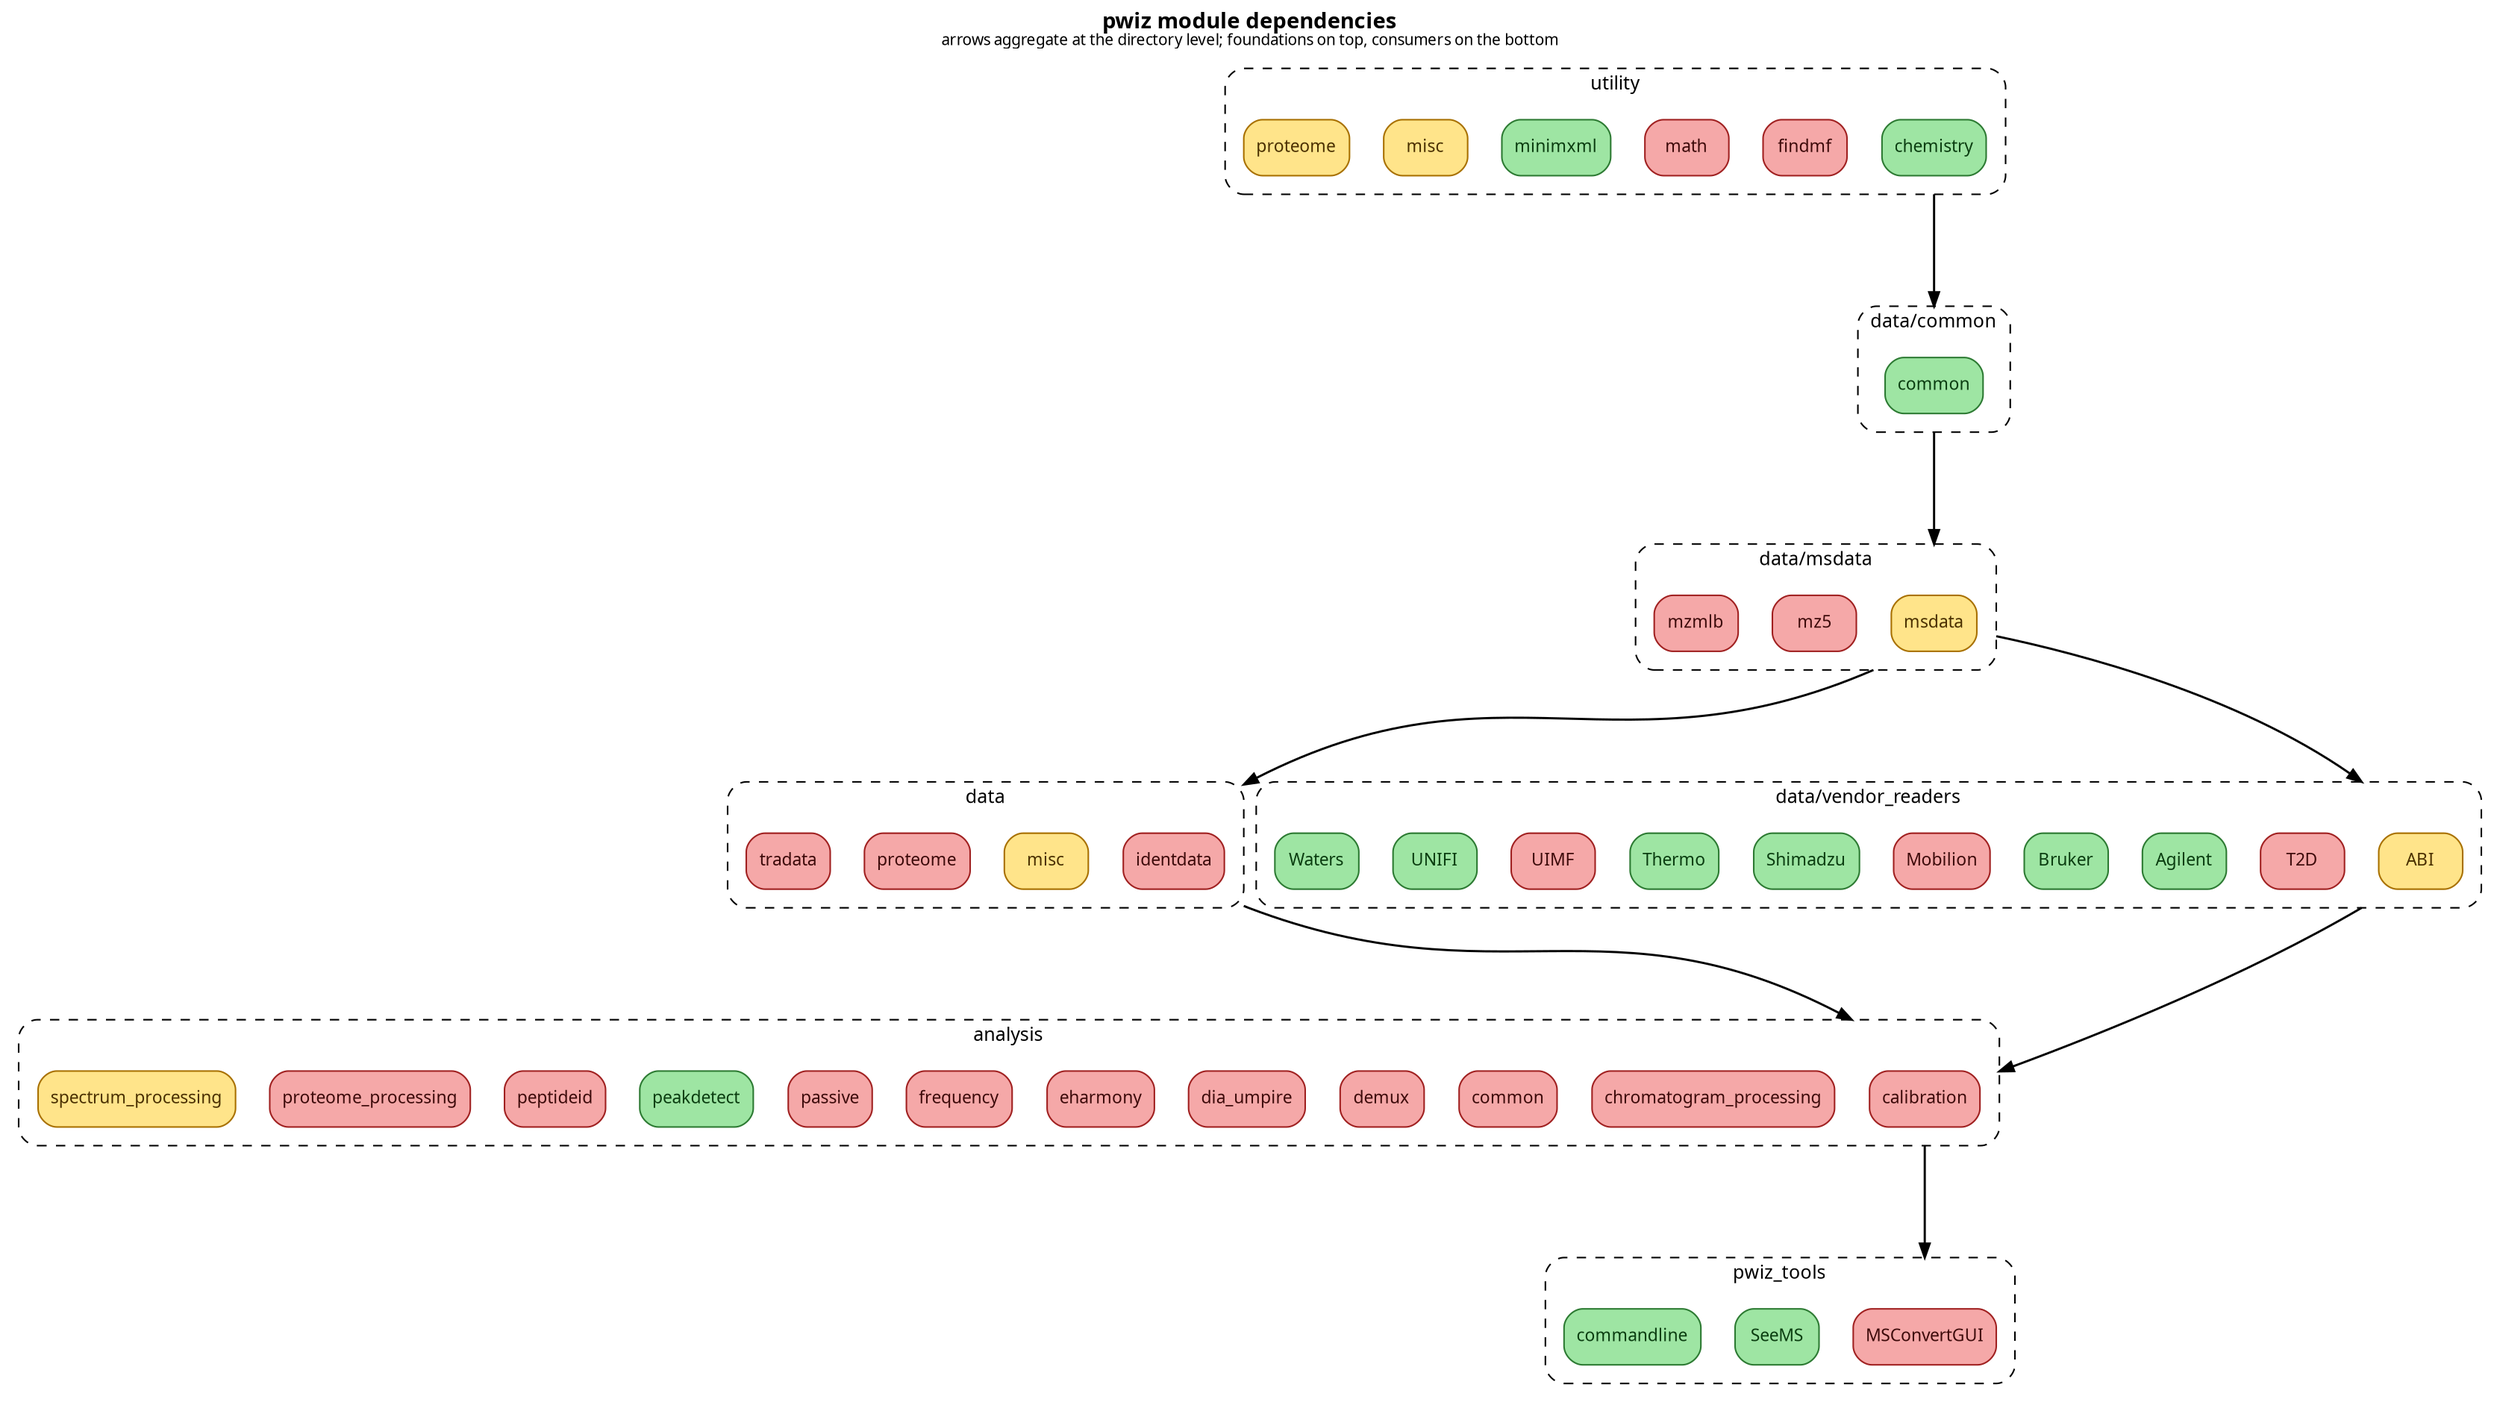
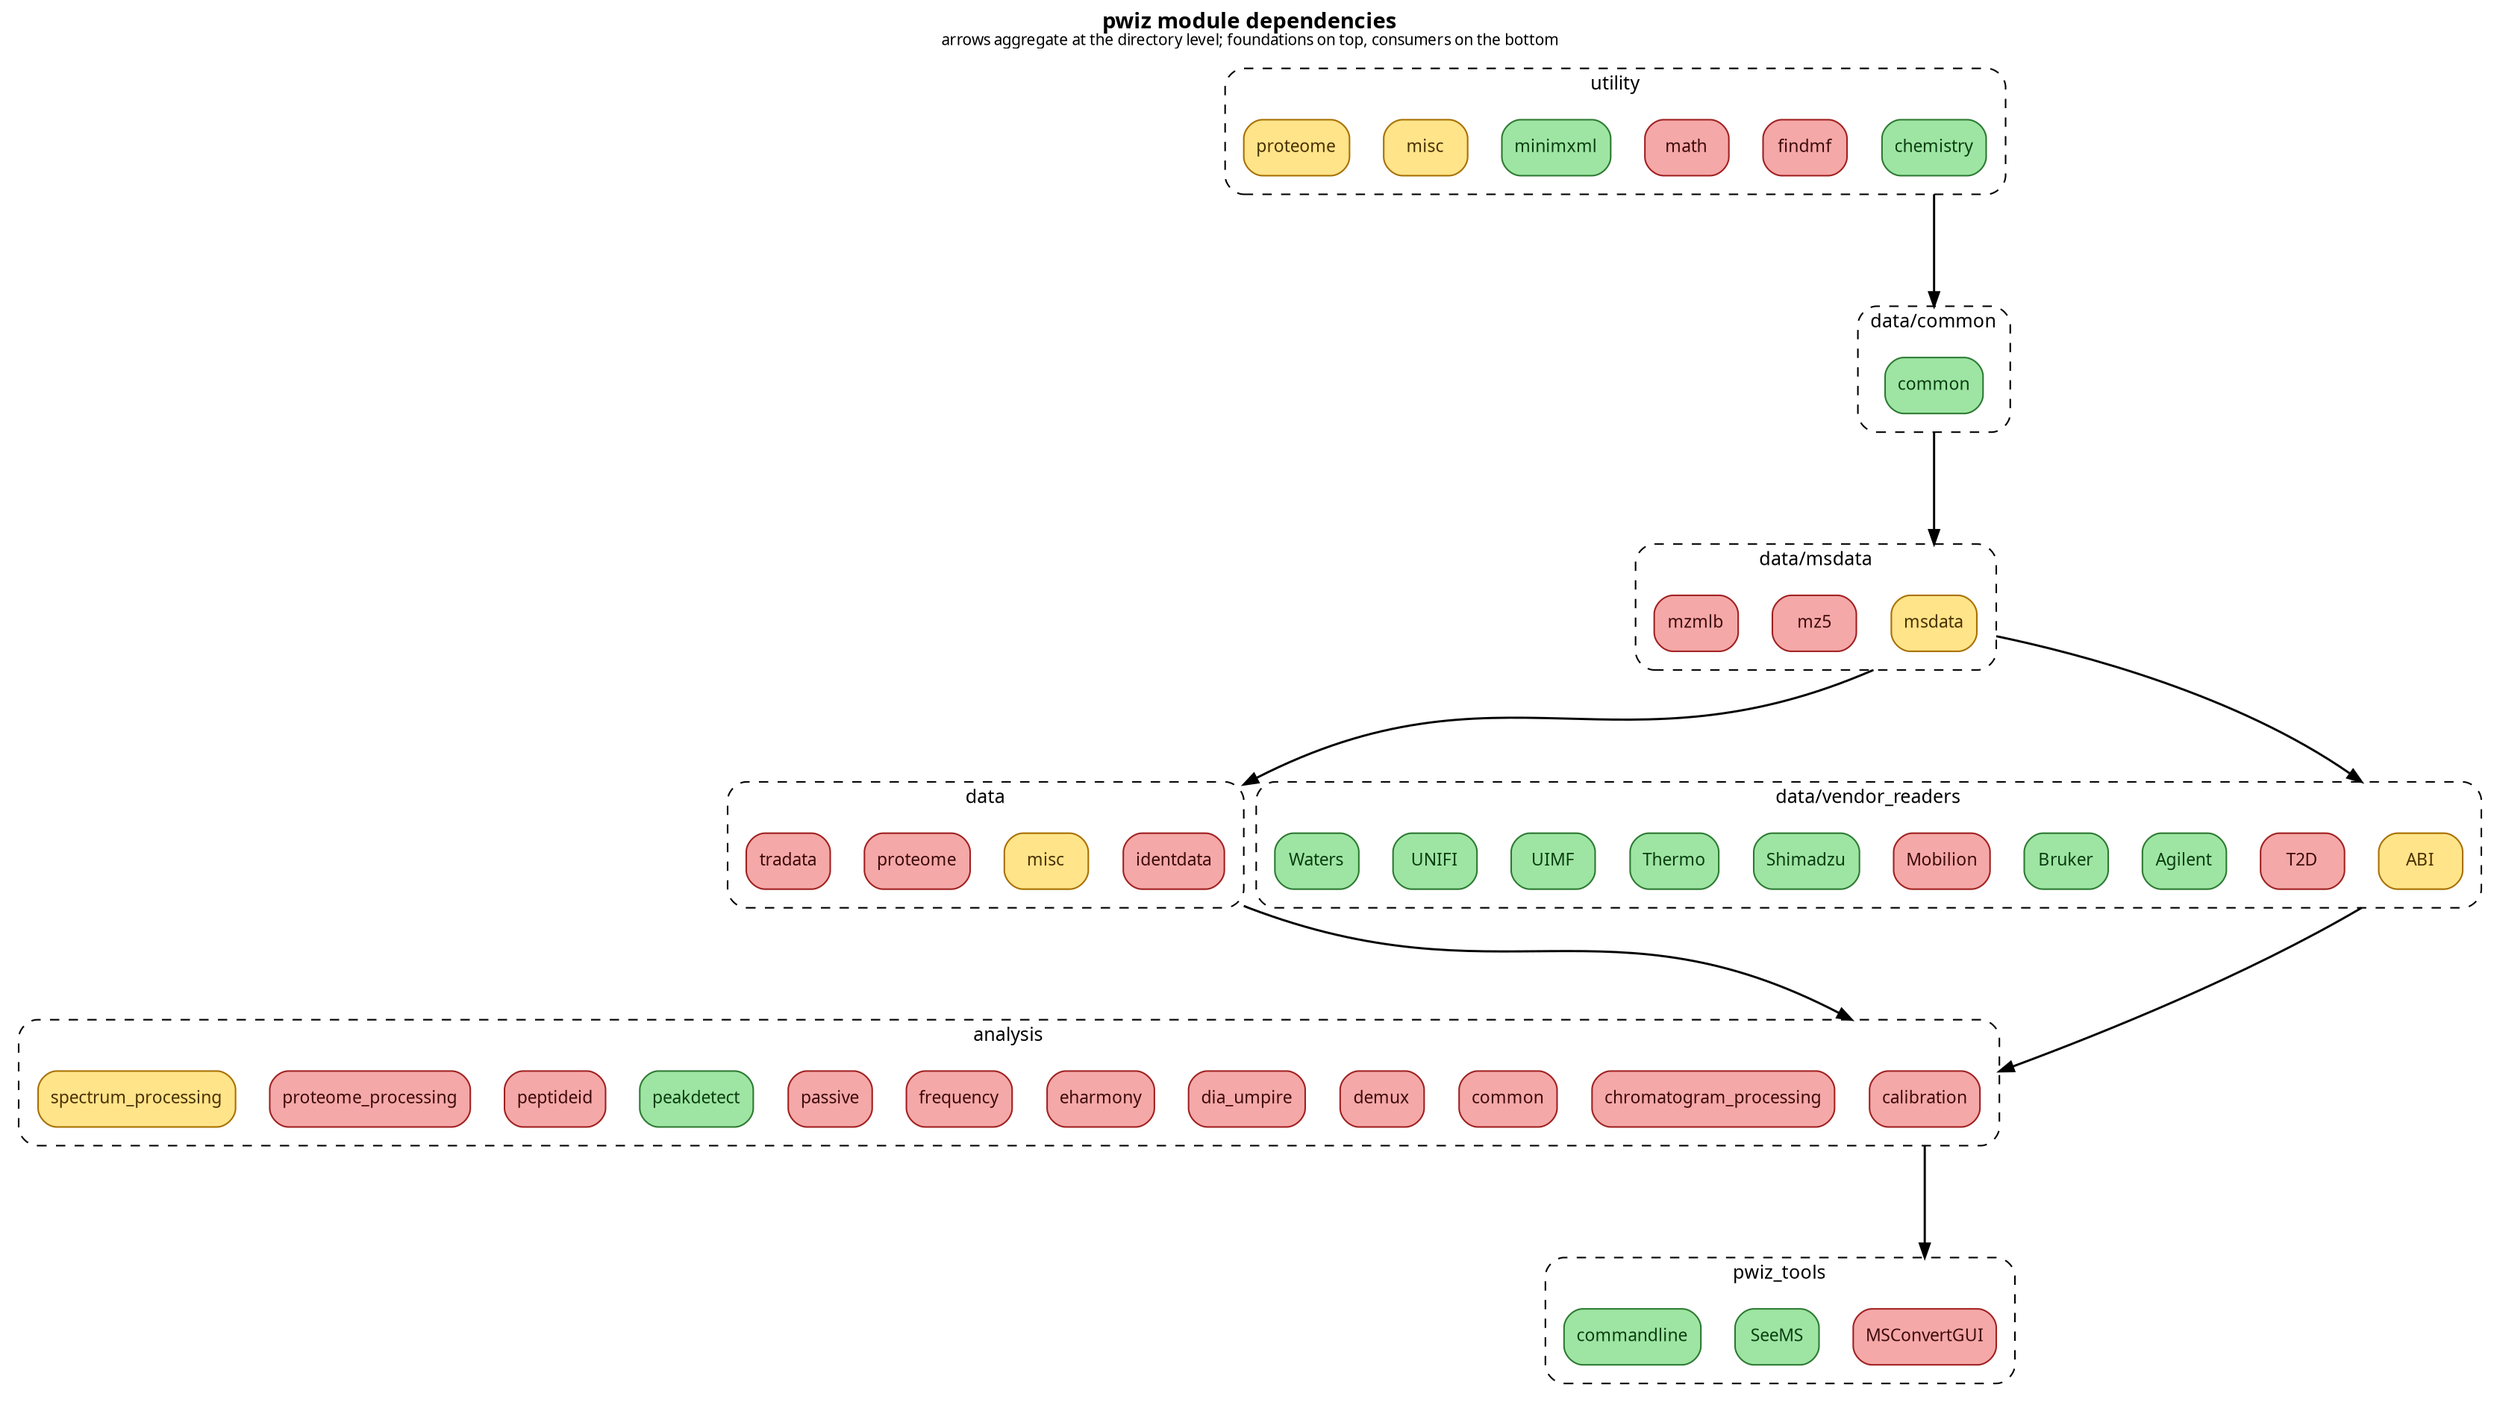
digraph pwiz_modules {
  rankdir=TB;
  labelloc=t;
  label=<<b>pwiz module dependencies</b><br/><font point-size="10">arrows aggregate at the directory level; foundations on top, consumers on the bottom</font>>;
  fontname="Segoe UI";
  node [shape=box, style="filled,rounded", fontname="Segoe UI", fontsize=11];
  edge [color="#444", penwidth=1.4, arrowsize=0.9];
  splines=spline;
  ranksep=0.8; nodesep=0.3;
  compound=true;

  subgraph cluster_analysis {
    label="analysis";
    style="rounded,dashed";
    color="#888";
    fontname="Segoe UI";
    fontsize=12;
    margin=12;
    n_analysis__calibration [label="calibration", fillcolor="#f5a8a8", color="#a02020", fontcolor="#3d0a0a"];
    n_analysis__chromatogram_processing [label="chromatogram_processing", fillcolor="#f5a8a8", color="#a02020", fontcolor="#3d0a0a"];
    n_analysis__common [label="common", fillcolor="#f5a8a8", color="#a02020", fontcolor="#3d0a0a"];
    n_analysis__demux [label="demux", fillcolor="#f5a8a8", color="#a02020", fontcolor="#3d0a0a"];
    n_analysis__dia_umpire [label="dia_umpire", fillcolor="#f5a8a8", color="#a02020", fontcolor="#3d0a0a"];
    n_analysis__eharmony [label="eharmony", fillcolor="#f5a8a8", color="#a02020", fontcolor="#3d0a0a"];
    n_analysis__frequency [label="frequency", fillcolor="#f5a8a8", color="#a02020", fontcolor="#3d0a0a"];
    n_analysis__passive [label="passive", fillcolor="#f5a8a8", color="#a02020", fontcolor="#3d0a0a"];
    n_analysis__peakdetect [label="peakdetect", fillcolor="#9ee5a3", color="#2c7a32", fontcolor="#0a3d10"];
    n_analysis__peptideid [label="peptideid", fillcolor="#f5a8a8", color="#a02020", fontcolor="#3d0a0a"];
    n_analysis__proteome_processing [label="proteome_processing", fillcolor="#f5a8a8", color="#a02020", fontcolor="#3d0a0a"];
    n_analysis__spectrum_processing [label="spectrum_processing", fillcolor="#ffe48a", color="#a87000", fontcolor="#4a3000"];
  }

  subgraph cluster_data {
    label="data";
    style="rounded,dashed";
    color="#888";
    fontname="Segoe UI";
    fontsize=12;
    margin=12;
    n_data__identdata [label="identdata", fillcolor="#f5a8a8", color="#a02020", fontcolor="#3d0a0a"];
    n_data__misc [label="misc", fillcolor="#ffe48a", color="#a87000", fontcolor="#4a3000"];
    n_data__proteome [label="proteome", fillcolor="#f5a8a8", color="#a02020", fontcolor="#3d0a0a"];
    n_data__tradata [label="tradata", fillcolor="#f5a8a8", color="#a02020", fontcolor="#3d0a0a"];
  }

  subgraph cluster_data_common {
    label="data/common";
    style="rounded,dashed";
    color="#888";
    fontname="Segoe UI";
    fontsize=12;
    margin=12;
    n_data__common [label="common", fillcolor="#9ee5a3", color="#2c7a32", fontcolor="#0a3d10"];
  }

  subgraph cluster_data_msdata {
    label="data/msdata";
    style="rounded,dashed";
    color="#888";
    fontname="Segoe UI";
    fontsize=12;
    margin=12;
    n_data__msdata [label="msdata", fillcolor="#ffe48a", color="#a87000", fontcolor="#4a3000"];
    n_data__msdata__mz5 [label="mz5", fillcolor="#f5a8a8", color="#a02020", fontcolor="#3d0a0a"];
    n_data__msdata__mzmlb [label="mzmlb", fillcolor="#f5a8a8", color="#a02020", fontcolor="#3d0a0a"];
  }

  subgraph cluster_data_vendor_readers {
    label="data/vendor_readers";
    style="rounded,dashed";
    color="#888";
    fontname="Segoe UI";
    fontsize=12;
    margin=12;
    n_data__vendor_readers__ABI [label="ABI", fillcolor="#ffe48a", color="#a87000", fontcolor="#4a3000"];
    n_data__vendor_readers__ABI__T2D [label="T2D", fillcolor="#f5a8a8", color="#a02020", fontcolor="#3d0a0a"];
    n_data__vendor_readers__Agilent [label="Agilent", fillcolor="#9ee5a3", color="#2c7a32", fontcolor="#0a3d10"];
    n_data__vendor_readers__Bruker [label="Bruker", fillcolor="#9ee5a3", color="#2c7a32", fontcolor="#0a3d10"];
    n_data__vendor_readers__Mobilion [label="Mobilion", fillcolor="#f5a8a8", color="#a02020", fontcolor="#3d0a0a"];
    n_data__vendor_readers__Shimadzu [label="Shimadzu", fillcolor="#9ee5a3", color="#2c7a32", fontcolor="#0a3d10"];
    n_data__vendor_readers__Thermo [label="Thermo", fillcolor="#9ee5a3", color="#2c7a32", fontcolor="#0a3d10"];
-     n_data__vendor_readers__UIMF [label="UIMF", fillcolor="#f5a8a8", color="#a02020", fontcolor="#3d0a0a"];
+     n_data__vendor_readers__UIMF [label="UIMF", fillcolor="#9ee5a3", color="#2c7a32", fontcolor="#0a3d10"];
    n_data__vendor_readers__UNIFI [label="UNIFI", fillcolor="#9ee5a3", color="#2c7a32", fontcolor="#0a3d10"];
    n_data__vendor_readers__Waters [label="Waters", fillcolor="#9ee5a3", color="#2c7a32", fontcolor="#0a3d10"];
  }

  subgraph cluster_pwiz_tools {
    label="pwiz_tools";
    style="rounded,dashed";
    color="#888";
    fontname="Segoe UI";
    fontsize=12;
    margin=12;
    n_pwiz_tools__MSConvertGUI [label="MSConvertGUI", fillcolor="#f5a8a8", color="#a02020", fontcolor="#3d0a0a"];
    n_pwiz_tools__SeeMS [label="SeeMS", fillcolor="#9ee5a3", color="#2c7a32", fontcolor="#0a3d10"];
    n_pwiz_tools__commandline [label="commandline", fillcolor="#9ee5a3", color="#2c7a32", fontcolor="#0a3d10"];
  }

  subgraph cluster_utility {
    label="utility";
    style="rounded,dashed";
    color="#888";
    fontname="Segoe UI";
    fontsize=12;
    margin=12;
    n_utility__chemistry [label="chemistry", fillcolor="#9ee5a3", color="#2c7a32", fontcolor="#0a3d10"];
    n_utility__findmf [label="findmf", fillcolor="#f5a8a8", color="#a02020", fontcolor="#3d0a0a"];
    n_utility__math [label="math", fillcolor="#f5a8a8", color="#a02020", fontcolor="#3d0a0a"];
    n_utility__minimxml [label="minimxml", fillcolor="#9ee5a3", color="#2c7a32", fontcolor="#0a3d10"];
    n_utility__misc [label="misc", fillcolor="#ffe48a", color="#a87000", fontcolor="#4a3000"];
    n_utility__proteome [label="proteome", fillcolor="#ffe48a", color="#a87000", fontcolor="#4a3000"];
  }

  n_data__identdata -> n_analysis__calibration [ltail=cluster_data, lhead=cluster_analysis, minlen=2];
  n_data__vendor_readers__ABI -> n_analysis__calibration [ltail=cluster_data_vendor_readers, lhead=cluster_analysis, minlen=2];
  n_data__msdata -> n_data__identdata [ltail=cluster_data_msdata, lhead=cluster_data, minlen=2];
  n_utility__chemistry -> n_data__common [ltail=cluster_utility, lhead=cluster_data_common, minlen=2];
  n_data__common -> n_data__msdata [ltail=cluster_data_common, lhead=cluster_data_msdata, minlen=2];
  n_data__msdata -> n_data__vendor_readers__ABI [ltail=cluster_data_msdata, lhead=cluster_data_vendor_readers, minlen=2];
  n_analysis__calibration -> n_pwiz_tools__MSConvertGUI [ltail=cluster_analysis, lhead=cluster_pwiz_tools, minlen=2];
}
